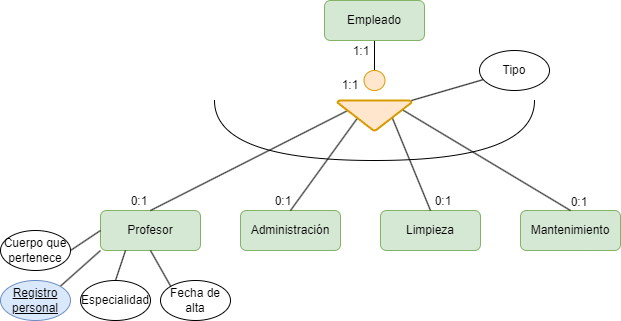
This is Unidad-1/Tareas/Tarea-8/Tarea8.drawio.png from LuisMGlez/base-datos, a draw.io export, as it was before one commit. Source tidied: cells renumbered, new cells last; positions are measured from the earlier drawing's top-left corner, leaving out a move shared by most shapes.
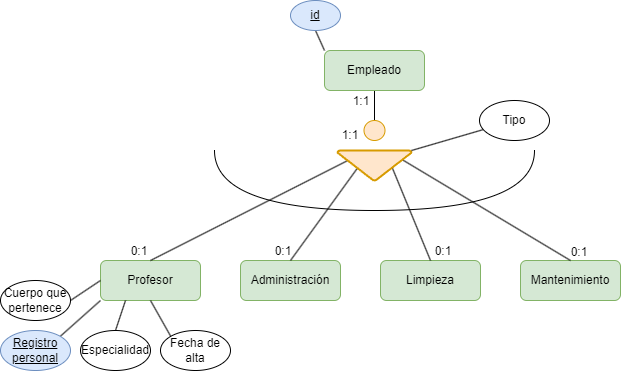
Above is the later version.

The edit, as a diff of the source:
```diff
@@ -96,5 +96,11 @@
     <mxCell id="30" value="Tipo" style="ellipse;whiteSpace=wrap;html=1;" parent="1" vertex="1">
       <mxGeometry x="479" y="50" width="70" height="40" as="geometry" />
     </mxCell>
+    <mxCell id="31" style="rounded=0;jettySize=auto;html=1;exitX=0.5;exitY=1;exitDx=0;exitDy=0;entryX=0;entryY=0;entryDx=0;entryDy=0;endArrow=none;endFill=0;" parent="1" edge="1" source="32" target="3">
+      <mxGeometry relative="1" as="geometry" />
+    </mxCell>
+    <mxCell id="32" value="&lt;u&gt;id&lt;/u&gt;" style="ellipse;whiteSpace=wrap;html=1;fillColor=#dae8fc;strokeColor=#6c8ebf;" parent="1" vertex="1">
+      <mxGeometry x="290" y="-50" width="50" height="30" as="geometry" />
+    </mxCell>
   </root>
 </mxGraphModel>
```
